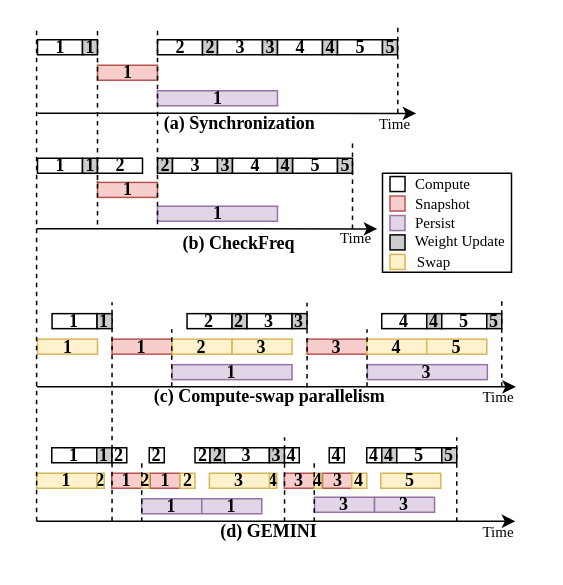
icszhr/NCheck keeps this draw.io diagram as fig/pipeline_mot_new.drawio. Above is the earlier version. Source tidied: cells renumbered, new cells numbered last; positions are measured from the earlier drawing's top-left corner, leaving out a move shared by most shapes. Both pictures are drawn from the tidied source at 150%, with x=0, y=0 at pixel (36, 26).
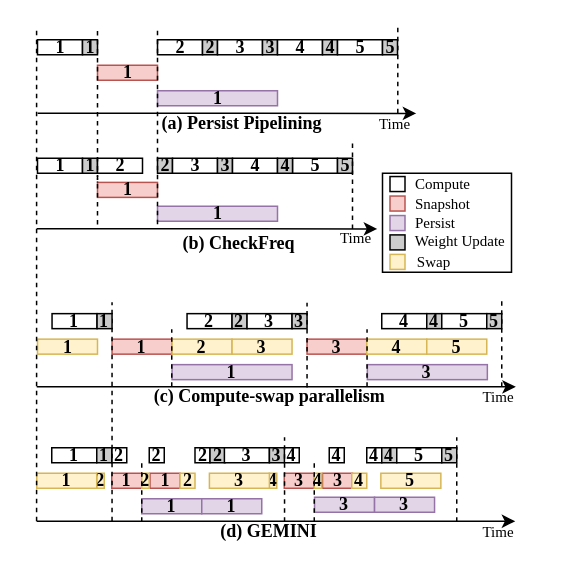
After the change.

What changed in the source:
```diff
@@
-    <mxCell id="19" value="&lt;b&gt;(a) Synchronization&lt;/b&gt;" style="text;html=1;align=center;verticalAlign=middle;whiteSpace=wrap;rounded=0;fontFamily=Times New Roman;fontSize=12;fontStyle=0;labelPosition=center;verticalLabelPosition=middle;spacing=0;" parent="1" vertex="1">
-      <mxGeometry x="83.7" y="50" width="103" height="30" as="geometry" />
+    <mxCell id="19" value="&lt;b&gt;(a) Persist Pipelining&lt;/b&gt;" style="text;html=1;align=center;verticalAlign=middle;whiteSpace=wrap;rounded=0;fontFamily=Times New Roman;fontSize=12;fontStyle=0;labelPosition=center;verticalLabelPosition=middle;spacing=0;" parent="1" vertex="1">
+      <mxGeometry x="83.7" y="50" width="106.3" height="30" as="geometry" />
     </mxCell>
```
